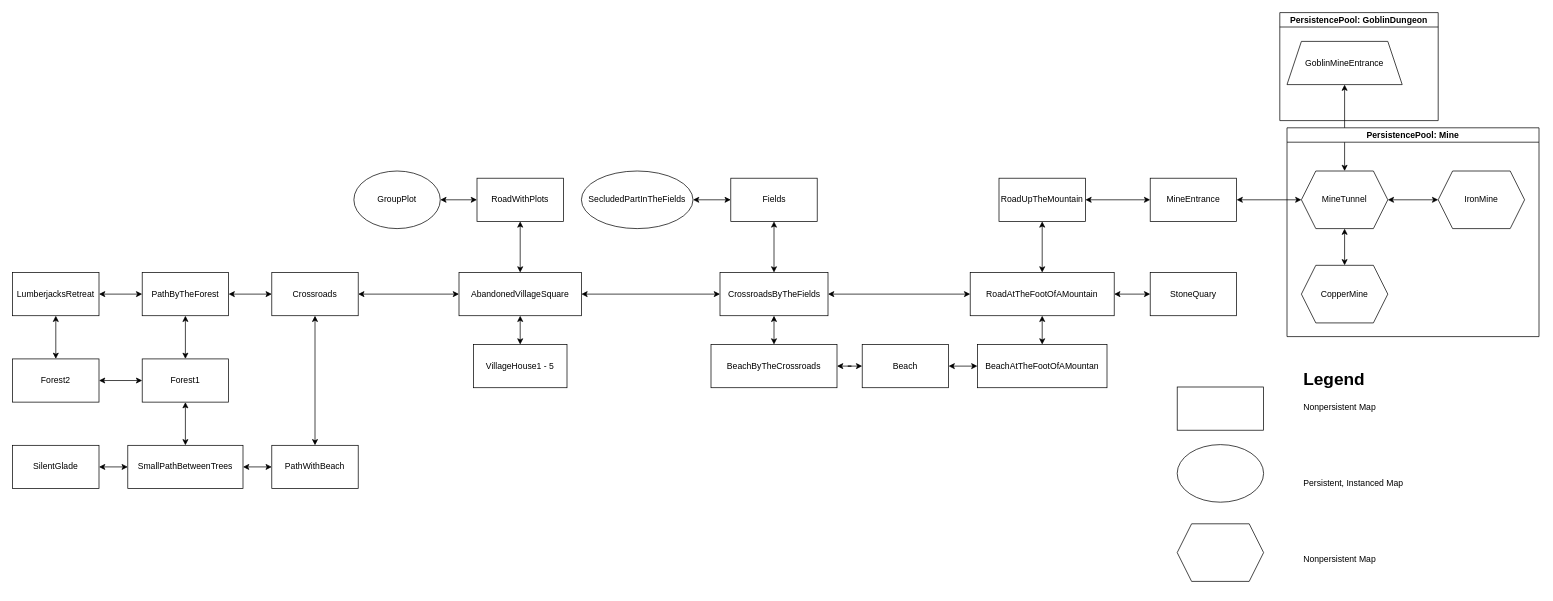
Earlier version of the draw.io diagram documentation/Development/MapConcept.drawio (Flosus/CodeToSurvive). Source tidied: cells renumbered, new cells numbered last; positions are measured from the earlier drawing's top-left corner, leaving out a move shared by most shapes. Both pictures are drawn from the tidied source at 72%, with x=0, y=0 at pixel (12, 12).
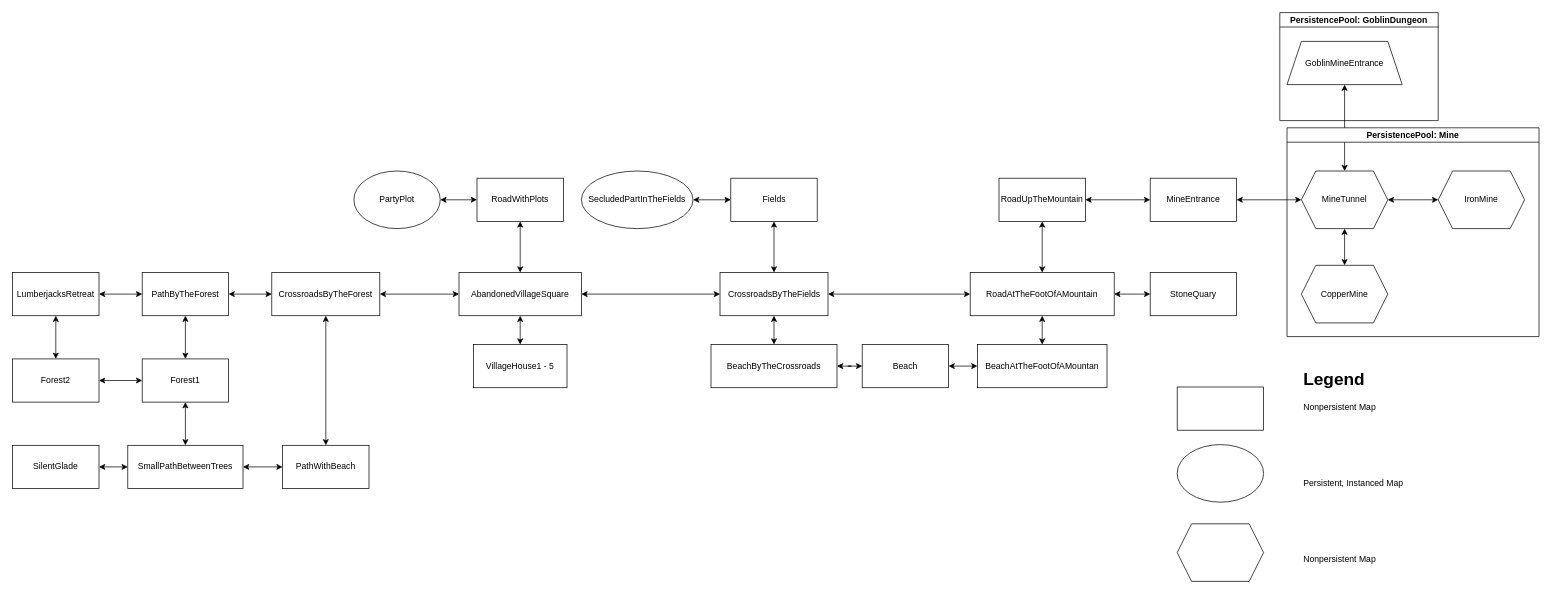
After the change.

Change to the diagram source:
```diff
@@
     <mxCell id="8" value="PathWithBeach" style="rounded=0;whiteSpace=wrap;html=1;" parent="1" vertex="1">
-      <mxGeometry x="360" y="601" width="120" height="60" as="geometry" />
+      <mxGeometry x="375" y="601" width="120" height="60" as="geometry" />
     </mxCell>
@@
-    <mxCell id="10" value="Crossroads" style="rounded=0;whiteSpace=wrap;html=1;" parent="1" vertex="1">
-      <mxGeometry x="360" y="361" width="120" height="60" as="geometry" />
+    <mxCell id="10" value="CrossroadsByTheForest" style="rounded=0;whiteSpace=wrap;html=1;" parent="1" vertex="1">
+      <mxGeometry x="360" y="361" width="150" height="60" as="geometry" />
     </mxCell>
@@
-    <mxCell id="21" value="GroupPlot" style="ellipse;whiteSpace=wrap;html=1;" parent="1" vertex="1">
+    <mxCell id="21" value="PartyPlot" style="ellipse;whiteSpace=wrap;html=1;" parent="1" vertex="1">
       <mxGeometry x="474" y="220" width="120" height="80" as="geometry" />
     </mxCell>
```
